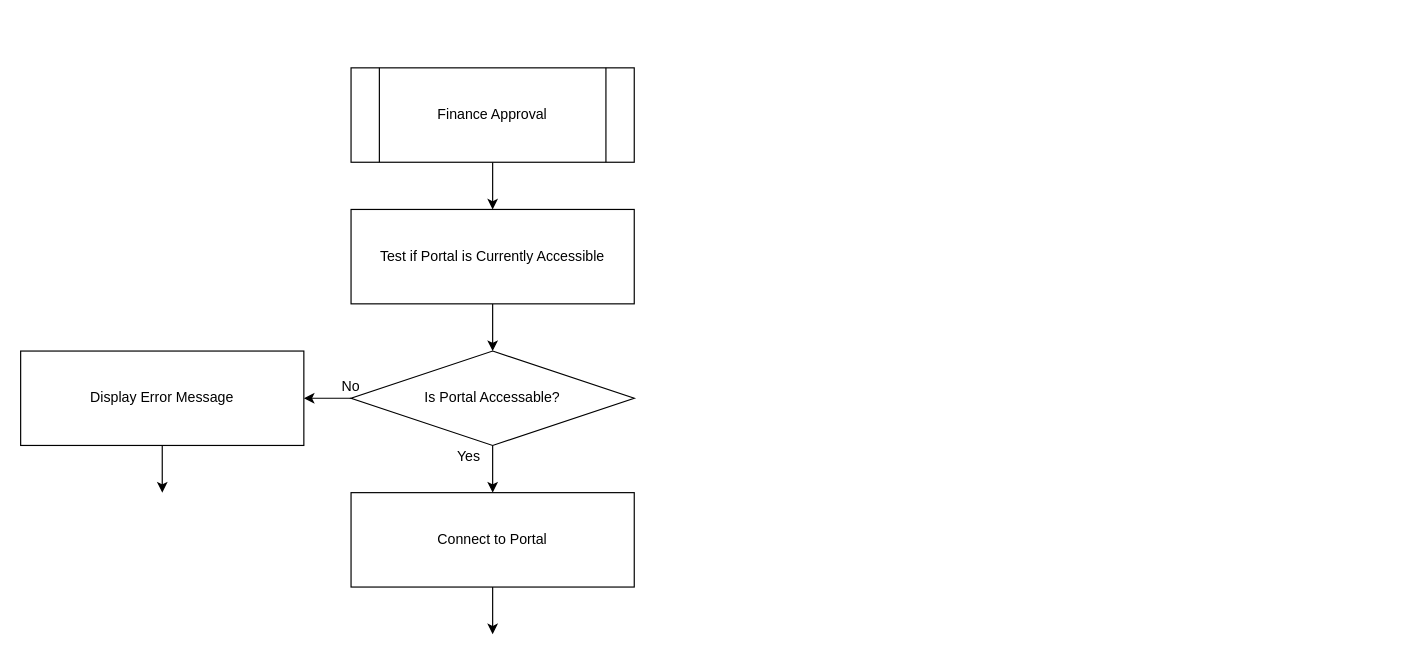
The draw.io diagram Diagrams (RAW)/FinanceApproval.drawio in KieranBurns112/Distributed_System_Prototype-CSharp-SQL-, before the edit. Source tidied: cells renumbered, new cells numbered last; positions are measured from the earlier drawing's top-left corner, leaving out a move shared by most shapes. Both pictures are drawn from the tidied source at 118%, with x=0, y=0 at pixel (20, 67).
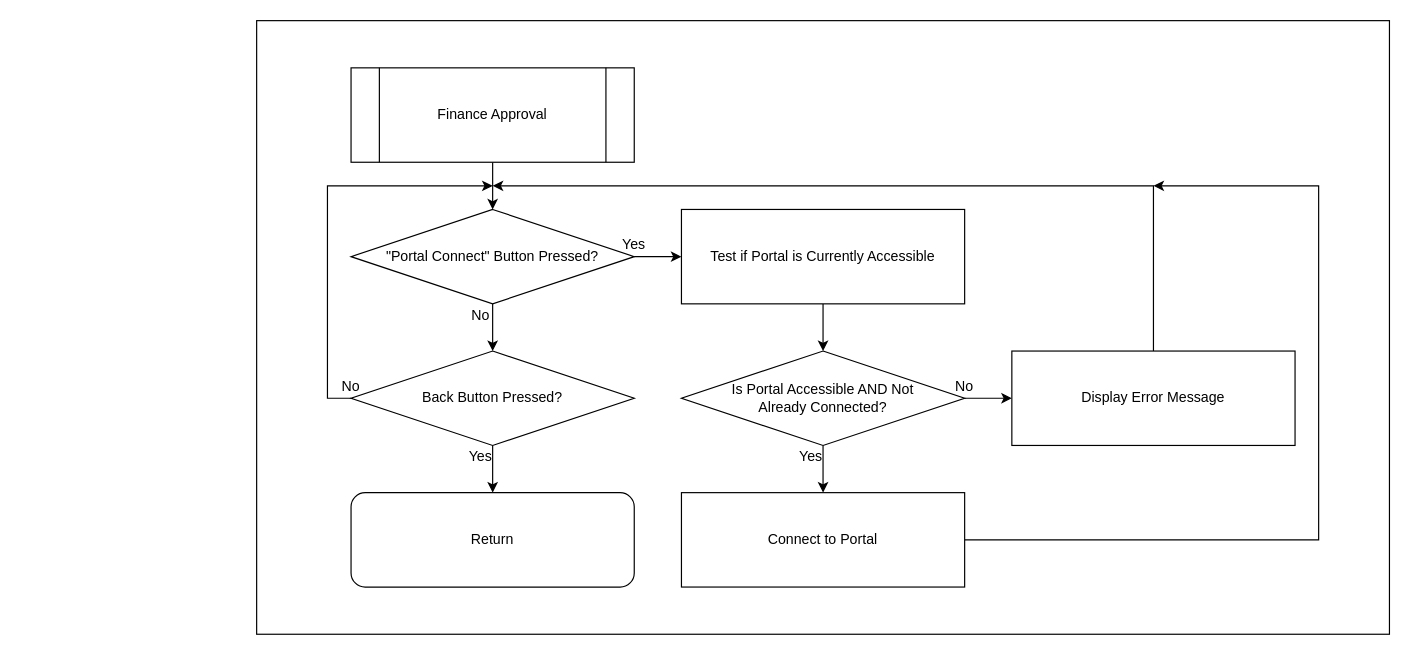
The same diagram, later.

Commit message (it also covers changes not shown here):
Chapter 2 with Flowcharts complete

The change refers to these unchanged cells:
```xml
<mxCell id="3" value="Finance Approval" style="shape=process;whiteSpace=wrap;html=1;backgroundOutline=1;" parent="1" vertex="1">
  <mxGeometry x="280" width="240" height="80" as="geometry" />
</mxCell>
```

Change to the diagram source:
```diff
@@
-    <mxCell id="2" style="edgeStyle=orthogonalEdgeStyle;rounded=0;jettySize=auto;html=1;exitX=0.5;exitY=1;exitDx=0;exitDy=0;entryX=0.5;entryY=0;entryDx=0;entryDy=0;" parent="1" edge="1" source="3" target="5">
-      <mxGeometry relative="1" as="geometry" />
-    </mxCell>
+    <mxCell id="15" style="rounded=0;whiteSpace=wrap;html=1;" parent="1" vertex="1">
+      <mxGeometry x="200" y="-40" width="960" height="520" as="geometry" />
+    </mxCell>
+    <mxCell id="16" style="edgeStyle=orthogonalEdgeStyle;rounded=0;jettySize=auto;html=1;exitX=0.5;exitY=1;exitDx=0;exitDy=0;entryX=0.5;entryY=0;entryDx=0;entryDy=0;" parent="1" edge="1" source="3" target="27">
+      <mxGeometry relative="1" as="geometry" />
+    </mxCell>
@@
     <mxCell id="5" value="Test if Portal is Currently Accessible" style="rounded=0;whiteSpace=wrap;html=1;" parent="1" vertex="1">
-      <mxGeometry x="280" y="120" width="240" height="80" as="geometry" />
+      <mxGeometry x="560" y="120" width="240" height="80" as="geometry" />
     </mxCell>
+    <mxCell id="7" style="edgeStyle=orthogonalEdgeStyle;rounded=0;jettySize=auto;html=1;exitX=0.5;exitY=1;exitDx=0;exitDy=0;entryX=0.5;entryY=0;entryDx=0;entryDy=0;" parent="1" edge="1" source="8" target="13">
+      <mxGeometry relative="1" as="geometry" />
+    </mxCell>
-    <mxCell id="6" style="edgeStyle=orthogonalEdgeStyle;rounded=0;jettySize=auto;html=1;exitX=0;exitY=0.5;exitDx=0;exitDy=0;entryX=1;entryY=0.5;entryDx=0;entryDy=0;" parent="1" edge="1" source="8" target="10">
+    <mxCell id="6" style="edgeStyle=orthogonalEdgeStyle;rounded=0;jettySize=auto;html=1;exitX=1;exitY=0.5;exitDx=0;exitDy=0;entryX=0;entryY=0.5;entryDx=0;entryDy=0;" parent="1" edge="1" source="8" target="10">
       <mxGeometry relative="1" as="geometry" />
     </mxCell>
-    <mxCell id="7" style="edgeStyle=orthogonalEdgeStyle;rounded=0;jettySize=auto;html=1;exitX=0.5;exitY=1;exitDx=0;exitDy=0;entryX=0.5;entryY=0;entryDx=0;entryDy=0;" parent="1" edge="1" source="8" target="13">
-      <mxGeometry relative="1" as="geometry" />
-    </mxCell>
-    <mxCell id="8" value="Is Portal Accessable?" style="rhombus;whiteSpace=wrap;html=1;" parent="1" vertex="1">
-      <mxGeometry x="280" y="240" width="240" height="80" as="geometry" />
+    <mxCell id="8" value="Is Portal Accessible AND Not &lt;br&gt;Already Connected?" style="rhombus;whiteSpace=wrap;html=1;" parent="1" vertex="1">
+      <mxGeometry x="560" y="240" width="240" height="80" as="geometry" />
     </mxCell>
-    <mxCell id="9" style="edgeStyle=orthogonalEdgeStyle;rounded=0;jettySize=auto;html=1;exitX=0.5;exitY=1;exitDx=0;exitDy=0;" parent="1" edge="1" source="10">
-      <mxGeometry relative="1" as="geometry">
-        <mxPoint x="120" y="360" as="targetPoint" />
-        <Array as="points">
-          <mxPoint x="120" y="360" />
-        </Array>
-      </mxGeometry>
-    </mxCell>
+    <mxCell id="17" style="edgeStyle=orthogonalEdgeStyle;rounded=0;jettySize=auto;html=1;exitX=0.5;exitY=0;exitDx=0;exitDy=0;" parent="1" edge="1" source="10">
+      <mxGeometry relative="1" as="geometry">
+        <mxPoint x="400" y="100" as="targetPoint" />
+        <Array as="points">
+          <mxPoint x="960" y="100" />
+        </Array>
+      </mxGeometry>
+    </mxCell>
     <mxCell id="10" value="Display Error Message" style="rounded=0;whiteSpace=wrap;html=1;" parent="1" vertex="1">
-      <mxGeometry y="240" width="240" height="80" as="geometry" />
+      <mxGeometry x="840" y="240" width="240" height="80" as="geometry" />
     </mxCell>
     <mxCell id="11" value="No" style="text;html=1;strokeColor=none;fillColor=none;align=center;verticalAlign=middle;whiteSpace=wrap;rounded=0;" parent="1" vertex="1">
-      <mxGeometry x="260" y="260" width="40" height="20" as="geometry" />
+      <mxGeometry x="780" y="260" width="40" height="20" as="geometry" />
     </mxCell>
-    <mxCell id="12" style="edgeStyle=orthogonalEdgeStyle;rounded=0;jettySize=auto;html=1;exitX=0.5;exitY=1;exitDx=0;exitDy=0;" parent="1" edge="1" source="13">
-      <mxGeometry relative="1" as="geometry">
-        <mxPoint x="400" y="480" as="targetPoint" />
-      </mxGeometry>
-    </mxCell>
+    <mxCell id="18" style="edgeStyle=orthogonalEdgeStyle;rounded=0;jettySize=auto;html=1;exitX=1;exitY=0.5;exitDx=0;exitDy=0;" parent="1" edge="1" source="13">
+      <mxGeometry relative="1" as="geometry">
+        <mxPoint x="960" y="100" as="targetPoint" />
+        <Array as="points">
+          <mxPoint x="1100" y="400" />
+          <mxPoint x="1100" y="100" />
+        </Array>
+      </mxGeometry>
+    </mxCell>
     <mxCell id="13" value="Connect to Portal" style="rounded=0;whiteSpace=wrap;html=1;" parent="1" vertex="1">
-      <mxGeometry x="280" y="360" width="240" height="80" as="geometry" />
+      <mxGeometry x="560" y="360" width="240" height="80" as="geometry" />
     </mxCell>
     <mxCell id="14" value="Yes" style="text;html=1;strokeColor=none;fillColor=none;align=center;verticalAlign=middle;whiteSpace=wrap;rounded=0;" parent="1" vertex="1">
-      <mxGeometry x="360" y="320" width="40" height="20" as="geometry" />
+      <mxGeometry x="650" y="320" width="40" height="20" as="geometry" />
     </mxCell>
+    <mxCell id="19" value="Return" style="rounded=1;whiteSpace=wrap;html=1;" parent="1" vertex="1">
+      <mxGeometry x="280" y="360" width="240" height="80" as="geometry" />
+    </mxCell>
+    <mxCell id="20" style="edgeStyle=orthogonalEdgeStyle;rounded=0;jettySize=auto;html=1;exitX=0.5;exitY=1;exitDx=0;exitDy=0;" parent="1" edge="1" source="22" target="19">
+      <mxGeometry relative="1" as="geometry" />
+    </mxCell>
+    <mxCell id="21" style="edgeStyle=orthogonalEdgeStyle;rounded=0;jettySize=auto;html=1;exitX=0;exitY=0.5;exitDx=0;exitDy=0;" parent="1" edge="1" source="22">
+      <mxGeometry relative="1" as="geometry">
+        <mxPoint x="400" y="100" as="targetPoint" />
+        <Array as="points">
+          <mxPoint x="260" y="280" />
+          <mxPoint x="260" y="100" />
+        </Array>
+      </mxGeometry>
+    </mxCell>
+    <mxCell id="22" value="Back Button&amp;nbsp;Pressed?" style="rhombus;whiteSpace=wrap;html=1;" parent="1" vertex="1">
+      <mxGeometry x="280" y="240" width="240" height="80" as="geometry" />
+    </mxCell>
+    <mxCell id="23" value="Yes" style="text;html=1;strokeColor=none;fillColor=none;align=center;verticalAlign=middle;whiteSpace=wrap;rounded=0;" parent="1" vertex="1">
+      <mxGeometry x="370" y="320" width="40" height="20" as="geometry" />
+    </mxCell>
+    <mxCell id="24" value="No" style="text;html=1;strokeColor=none;fillColor=none;align=center;verticalAlign=middle;whiteSpace=wrap;rounded=0;" parent="1" vertex="1">
+      <mxGeometry x="260" y="260" width="40" height="20" as="geometry" />
+    </mxCell>
+    <mxCell id="25" style="edgeStyle=orthogonalEdgeStyle;rounded=0;jettySize=auto;html=1;exitX=1;exitY=0.5;exitDx=0;exitDy=0;entryX=0;entryY=0.5;entryDx=0;entryDy=0;" parent="1" edge="1" source="27" target="5">
+      <mxGeometry relative="1" as="geometry" />
+    </mxCell>
+    <mxCell id="26" style="edgeStyle=orthogonalEdgeStyle;rounded=0;jettySize=auto;html=1;exitX=0.5;exitY=1;exitDx=0;exitDy=0;entryX=0.5;entryY=0;entryDx=0;entryDy=0;" parent="1" edge="1" source="27" target="22">
+      <mxGeometry relative="1" as="geometry" />
+    </mxCell>
+    <mxCell id="27" value="&quot;Portal Connect&quot; Button Pressed?" style="rhombus;whiteSpace=wrap;html=1;" parent="1" vertex="1">
+      <mxGeometry x="280" y="120" width="240" height="80" as="geometry" />
+    </mxCell>
+    <mxCell id="28" value="Yes" style="text;html=1;strokeColor=none;fillColor=none;align=center;verticalAlign=middle;whiteSpace=wrap;rounded=0;" parent="1" vertex="1">
+      <mxGeometry x="500" y="140" width="40" height="20" as="geometry" />
+    </mxCell>
+    <mxCell id="29" value="No" style="text;html=1;strokeColor=none;fillColor=none;align=center;verticalAlign=middle;whiteSpace=wrap;rounded=0;" parent="1" vertex="1">
+      <mxGeometry x="370" y="200" width="40" height="20" as="geometry" />
+    </mxCell>
```
